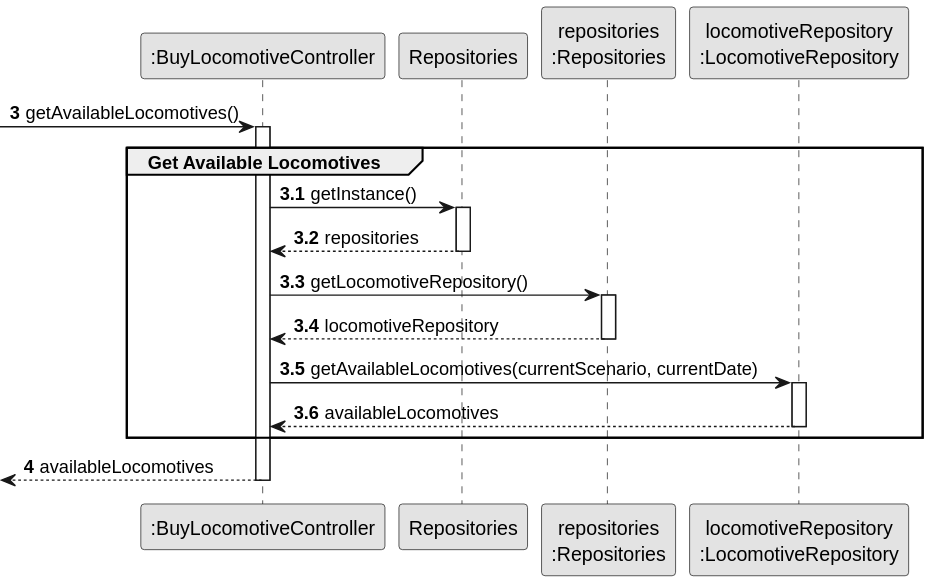
The PlantUML diagram docs/system-documentation/Sprint 2/US09/03.design/svg/US09-SD-partial-get-available-locomotives.svg in HenriqueSilva18/Railway-Network-Simulator, before a commit.
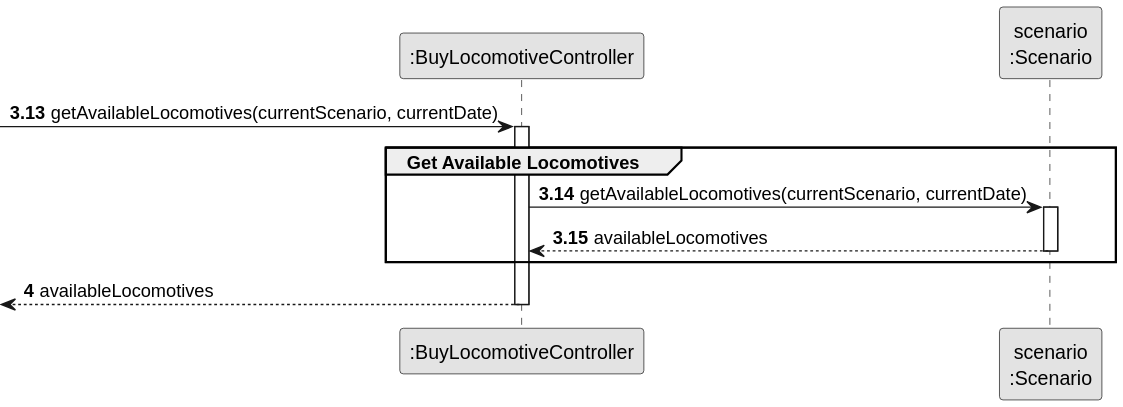
Above is the later version.

Change to the diagram source:
```diff
@@ -3,38 +3,22 @@
 skinparam packageStyle rectangle
 skinparam shadowing false
 
-autonumber
+participant ":BuyLocomotiveController" as CTRL
+participant "scenario\n:Scenario" as SCENARIO
 
+autonumber 3.13
+-> CTRL : getAvailableLocomotives(currentScenario, currentDate)
 
-participant ":BuyLocomotiveController" as CTRL
-participant "Repositories" as REPOS
-participant "repositories\n:Repositories" as REPOS_SINGLETON
-participant "locomotiveRepository\n:LocomotiveRepository" as LOC_REPO
-
-autonumber 3
-
- -> CTRL : getAvailableLocomotives()
-autonumber 3.1
+autonumber 3.14
 activate CTRL
     group Get Available Locomotives
+        CTRL -> SCENARIO : getAvailableLocomotives(currentScenario, currentDate)
+        activate SCENARIO
+            SCENARIO --> CTRL : availableLocomotives
+        deactivate SCENARIO
+    end
 
-            CTRL -> REPOS : getInstance()
-            activate REPOS
-                REPOS --> CTRL: repositories
-            deactivate REPOS
-
-            CTRL -> REPOS_SINGLETON : getLocomotiveRepository()
-            activate REPOS_SINGLETON
-                REPOS_SINGLETON --> CTRL: locomotiveRepository
-            deactivate REPOS_SINGLETON
-
-            CTRL -> LOC_REPO : getAvailableLocomotives(currentScenario, currentDate)
-            activate LOC_REPO
-                LOC_REPO --> CTRL : availableLocomotives
-            deactivate LOC_REPO
-
-    end
     autonumber 4
-    <-- CTRL  : availableLocomotives
+    <-- CTRL : availableLocomotives
 deactivate CTRL
 @enduml
```
